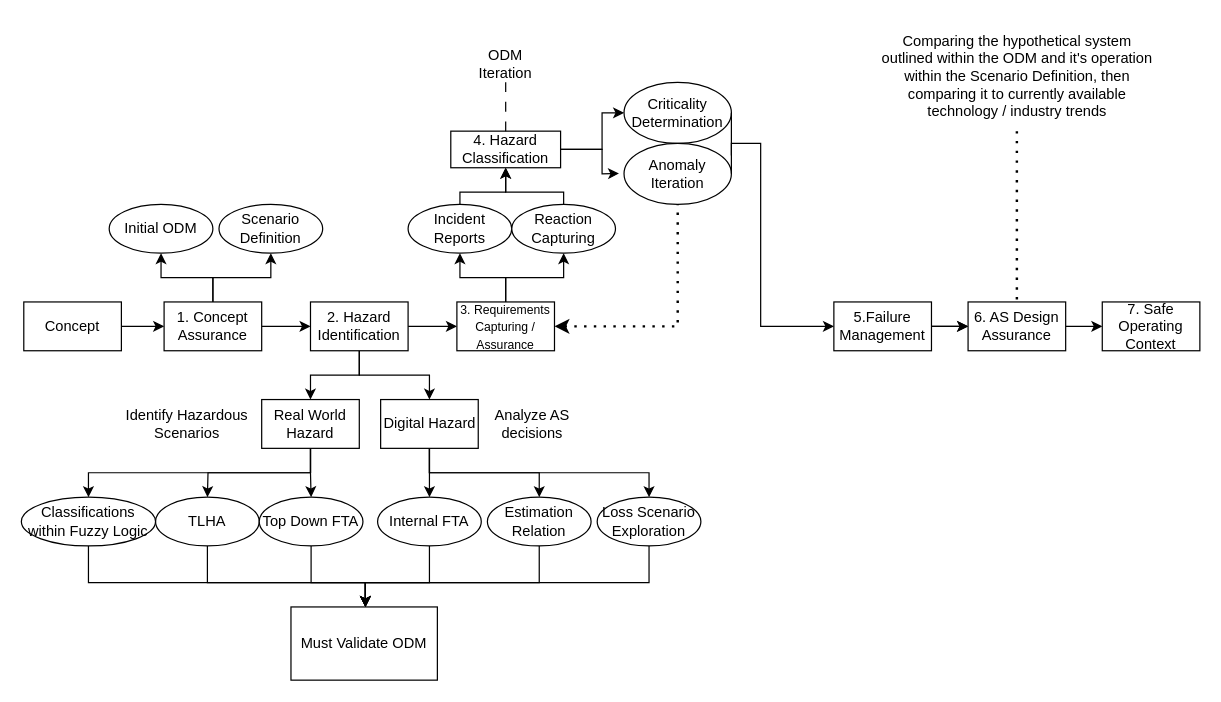
This is Overview/SACRED.drawio from TortoiseFather/SACRED, a draw.io file, before an edit. Source tidied: cells renumbered, new cells numbered last; positions are measured from the earlier drawing's top-left corner, leaving out a move shared by most shapes. Both pictures are drawn from the tidied source at 122%, with x=0, y=0 at pixel (21, 21).
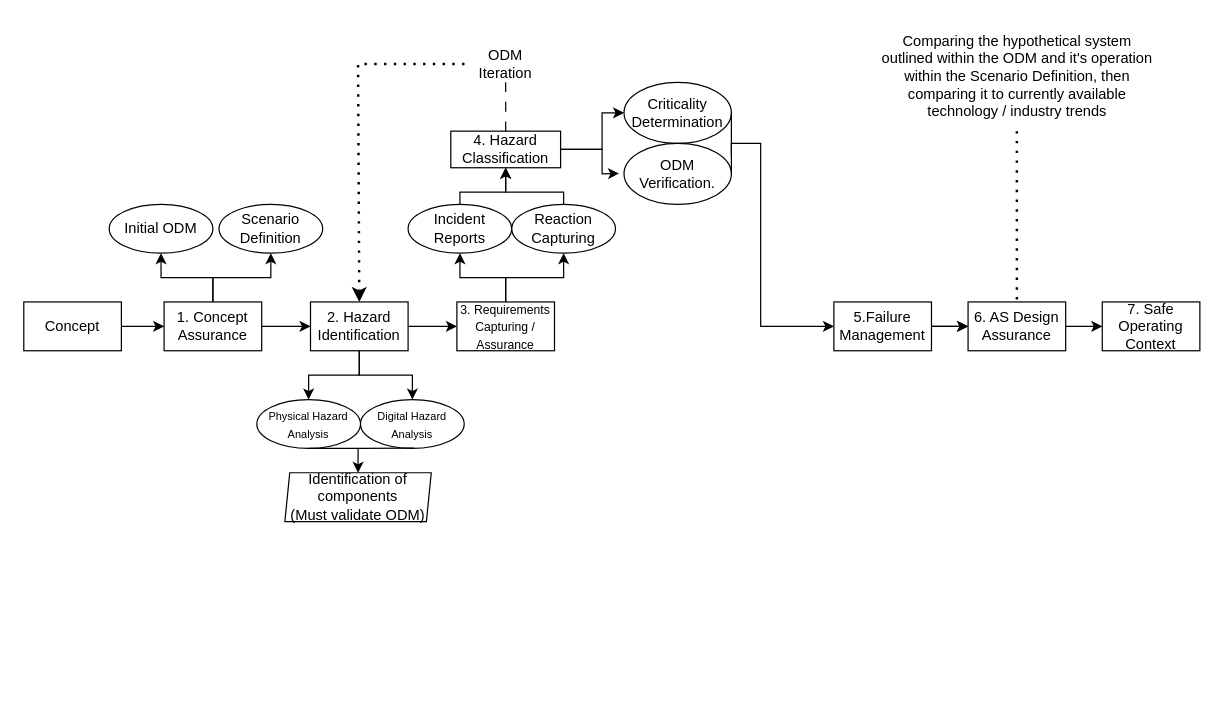
The same diagram, later.

Unchanged cells that the change refers to:
```xml
<mxCell id="11" value="2. Hazard Identification" style="rounded=0;whiteSpace=wrap;html=1;" parent="1" vertex="1">
  <mxGeometry x="237" y="230" width="80" height="40" as="geometry" />
</mxCell>
<mxCell id="22" value="&lt;font style=&quot;font-size: 10px;&quot;&gt;3. Requirements Capturing / Assurance&lt;/font&gt;" style="rounded=0;whiteSpace=wrap;html=1;" parent="1" vertex="1">
  <mxGeometry x="357" y="230" width="80" height="40" as="geometry" />
</mxCell>
<mxCell id="61" value="&lt;div&gt;ODM Iteration&lt;/div&gt;" style="text;html=1;strokeColor=none;fillColor=none;align=center;verticalAlign=middle;whiteSpace=wrap;rounded=0;" parent="1" vertex="1">
  <mxGeometry x="367" y="20" width="60" height="30" as="geometry" />
</mxCell>
```

What changed in the source:
```diff
@@
-    <mxCell id="9" style="edgeStyle=orthogonalEdgeStyle;rounded=0;jettySize=auto;html=1;" parent="1" edge="1" source="11" target="19">
+    <mxCell id="9" style="edgeStyle=orthogonalEdgeStyle;rounded=0;jettySize=auto;html=1;entryX=0.5;entryY=0;entryDx=0;entryDy=0;" parent="1" edge="1" source="11" target="64">
       <mxGeometry relative="1" as="geometry" />
     </mxCell>
-    <mxCell id="10" style="edgeStyle=orthogonalEdgeStyle;rounded=0;jettySize=auto;html=1;entryX=0.5;entryY=0;entryDx=0;entryDy=0;" parent="1" edge="1" source="11" target="15">
+    <mxCell id="10" style="edgeStyle=orthogonalEdgeStyle;rounded=0;jettySize=auto;html=1;entryX=0.5;entryY=0;entryDx=0;entryDy=0;" parent="1" edge="1" source="11" target="65">
       <mxGeometry relative="1" as="geometry" />
     </mxCell>
@@
-    <mxCell id="12" style="edgeStyle=orthogonalEdgeStyle;rounded=0;jettySize=auto;html=1;" parent="1" edge="1" source="15" target="31">
-      <mxGeometry relative="1" as="geometry">
-        <Array as="points">
-          <mxPoint x="237" y="370" />
-          <mxPoint x="153" y="370" />
-        </Array>
-      </mxGeometry>
-    </mxCell>
-    <mxCell id="13" style="edgeStyle=orthogonalEdgeStyle;rounded=0;jettySize=auto;html=1;" parent="1" edge="1" source="15" target="33">
-      <mxGeometry relative="1" as="geometry" />
-    </mxCell>
-    <mxCell id="14" style="edgeStyle=orthogonalEdgeStyle;rounded=0;jettySize=auto;html=1;entryX=0.5;entryY=0;entryDx=0;entryDy=0;" parent="1" edge="1" source="15" target="35">
-      <mxGeometry relative="1" as="geometry">
-        <Array as="points">
-          <mxPoint x="237" y="370" />
-          <mxPoint x="55" y="370" />
-        </Array>
-      </mxGeometry>
-    </mxCell>
-    <mxCell id="15" value="Real World Hazard" style="rounded=0;whiteSpace=wrap;html=1;" parent="1" vertex="1">
-      <mxGeometry x="197" y="310" width="80" height="40" as="geometry" />
-    </mxCell>
-    <mxCell id="16" style="edgeStyle=orthogonalEdgeStyle;rounded=0;jettySize=auto;html=1;" parent="1" edge="1" source="19" target="37">
-      <mxGeometry relative="1" as="geometry" />
-    </mxCell>
-    <mxCell id="17" style="edgeStyle=orthogonalEdgeStyle;rounded=0;jettySize=auto;html=1;entryX=0.5;entryY=0;entryDx=0;entryDy=0;" parent="1" edge="1" source="19" target="39">
-      <mxGeometry relative="1" as="geometry">
-        <Array as="points">
-          <mxPoint x="335" y="370" />
-          <mxPoint x="425" y="370" />
-        </Array>
-      </mxGeometry>
-    </mxCell>
-    <mxCell id="18" style="edgeStyle=orthogonalEdgeStyle;rounded=0;jettySize=auto;html=1;entryX=0.5;entryY=0;entryDx=0;entryDy=0;" parent="1" edge="1" source="19" target="41">
-      <mxGeometry relative="1" as="geometry">
-        <Array as="points">
-          <mxPoint x="335" y="370" />
-          <mxPoint x="515" y="370" />
-        </Array>
-      </mxGeometry>
-    </mxCell>
-    <mxCell id="19" value="Digital Hazard" style="rounded=0;whiteSpace=wrap;html=1;" parent="1" vertex="1">
-      <mxGeometry x="294.5" y="310" width="80" height="40" as="geometry" />
-    </mxCell>
@@
-    <mxCell id="30" style="edgeStyle=orthogonalEdgeStyle;rounded=0;jettySize=auto;html=1;" parent="1" edge="1" source="31" target="44">
-      <mxGeometry relative="1" as="geometry">
-        <Array as="points">
-          <mxPoint x="153" y="460" />
-          <mxPoint x="282" y="460" />
-        </Array>
-      </mxGeometry>
-    </mxCell>
-    <mxCell id="31" value="TLHA" style="ellipse;whiteSpace=wrap;html=1;" parent="1" vertex="1">
-      <mxGeometry x="110" y="390" width="85" height="40" as="geometry" />
-    </mxCell>
-    <mxCell id="32" style="edgeStyle=orthogonalEdgeStyle;rounded=0;jettySize=auto;html=1;" parent="1" edge="1" source="33" target="44">
-      <mxGeometry relative="1" as="geometry">
-        <Array as="points">
-          <mxPoint x="238" y="460" />
-          <mxPoint x="282" y="460" />
-        </Array>
-      </mxGeometry>
-    </mxCell>
-    <mxCell id="33" value="Top Down FTA" style="ellipse;whiteSpace=wrap;html=1;" parent="1" vertex="1">
-      <mxGeometry x="195" y="390" width="85" height="40" as="geometry" />
-    </mxCell>
-    <mxCell id="34" style="edgeStyle=orthogonalEdgeStyle;rounded=0;jettySize=auto;html=1;" parent="1" edge="1" source="35" target="44">
-      <mxGeometry relative="1" as="geometry">
-        <Array as="points">
-          <mxPoint x="55" y="460" />
-          <mxPoint x="282" y="460" />
-        </Array>
-      </mxGeometry>
-    </mxCell>
-    <mxCell id="35" value="Classifications within Fuzzy Logic" style="ellipse;whiteSpace=wrap;html=1;" parent="1" vertex="1">
-      <mxGeometry y="390" width="110" height="40" as="geometry" />
-    </mxCell>
-    <mxCell id="36" style="edgeStyle=orthogonalEdgeStyle;rounded=0;jettySize=auto;html=1;" parent="1" edge="1" source="37" target="44">
-      <mxGeometry relative="1" as="geometry">
-        <Array as="points">
-          <mxPoint x="335" y="460" />
-          <mxPoint x="282" y="460" />
-        </Array>
-      </mxGeometry>
-    </mxCell>
-    <mxCell id="37" value="Internal FTA" style="ellipse;whiteSpace=wrap;html=1;" parent="1" vertex="1">
-      <mxGeometry x="292" y="390" width="85" height="40" as="geometry" />
-    </mxCell>
-    <mxCell id="38" style="edgeStyle=orthogonalEdgeStyle;rounded=0;jettySize=auto;html=1;" parent="1" edge="1" source="39" target="44">
-      <mxGeometry relative="1" as="geometry">
-        <Array as="points">
-          <mxPoint x="425" y="460" />
-          <mxPoint x="282" y="460" />
-        </Array>
-      </mxGeometry>
-    </mxCell>
-    <mxCell id="39" value="Estimation Relation" style="ellipse;whiteSpace=wrap;html=1;" parent="1" vertex="1">
-      <mxGeometry x="382" y="390" width="85" height="40" as="geometry" />
-    </mxCell>
-    <mxCell id="40" style="edgeStyle=orthogonalEdgeStyle;rounded=0;jettySize=auto;html=1;" parent="1" edge="1" source="41" target="44">
-      <mxGeometry relative="1" as="geometry">
-        <Array as="points">
-          <mxPoint x="515" y="460" />
-          <mxPoint x="282" y="460" />
-        </Array>
-      </mxGeometry>
-    </mxCell>
-    <mxCell id="41" value="Loss Scenario Exploration" style="ellipse;whiteSpace=wrap;html=1;" parent="1" vertex="1">
-      <mxGeometry x="472" y="390" width="85" height="40" as="geometry" />
-    </mxCell>
-    <mxCell id="42" value="Analyze AS decisions" style="text;html=1;strokeColor=none;fillColor=none;align=center;verticalAlign=middle;whiteSpace=wrap;rounded=0;" parent="1" vertex="1">
-      <mxGeometry x="364.5" y="315" width="107.5" height="30" as="geometry" />
-    </mxCell>
-    <mxCell id="43" value="Identify Hazardous Scenarios " style="text;html=1;strokeColor=none;fillColor=none;align=center;verticalAlign=middle;whiteSpace=wrap;rounded=0;" parent="1" vertex="1">
-      <mxGeometry x="82" y="315" width="107.5" height="30" as="geometry" />
-    </mxCell>
-    <mxCell id="44" value="Must Validate ODM" style="whiteSpace=wrap;html=1;" parent="1" vertex="1">
-      <mxGeometry x="221" y="480" width="120" height="60" as="geometry" />
-    </mxCell>
@@
-    <mxCell id="54" value="Anomaly Iteration" style="ellipse;whiteSpace=wrap;html=1;" parent="1" vertex="1">
+    <mxCell id="54" value="ODM Verification." style="ellipse;whiteSpace=wrap;html=1;" parent="1" vertex="1">
       <mxGeometry x="494" y="100" width="88" height="50" as="geometry" />
     </mxCell>
-    <mxCell id="55" style="endArrow=none;dashed=1;html=1;dashPattern=1 3;strokeWidth=2;rounded=0;entryX=0.5;entryY=1;entryDx=0;entryDy=0;exitX=1;exitY=0.5;exitDx=0;exitDy=0;startArrow=classic;startFill=1;" parent="1" edge="1" source="22" target="54">
-      <mxGeometry relative="1" as="geometry">
-        <Array as="points">
-          <mxPoint x="538" y="250" />
-        </Array>
-      </mxGeometry>
-    </mxCell>
@@
+    <mxCell id="62" style="endArrow=none;dashed=1;html=1;dashPattern=1 3;strokeWidth=2;rounded=0;entryX=0;entryY=0.5;entryDx=0;entryDy=0;exitX=0.5;exitY=0;exitDx=0;exitDy=0;endFill=0;startArrow=classic;startFill=1;" parent="1" edge="1" source="11" target="61">
+      <mxGeometry relative="1" as="geometry">
+        <Array as="points">
+          <mxPoint x="276" y="35" />
+        </Array>
+      </mxGeometry>
+    </mxCell>
+    <mxCell id="63" value="&lt;div&gt;Identification of components&lt;/div&gt;&lt;div&gt;(Must validate ODM)&lt;br&gt;&lt;/div&gt;" style="shape=parallelogram;perimeter=parallelogramPerimeter;whiteSpace=wrap;html=1;fixedSize=1;size=4;" parent="1" vertex="1">
+      <mxGeometry x="216" y="370" width="120" height="40" as="geometry" />
+    </mxCell>
+    <mxCell id="64" value="&lt;font style=&quot;font-size: 9px;&quot;&gt;Digital Hazard Analysis&lt;/font&gt;" style="ellipse;whiteSpace=wrap;html=1;" parent="1" vertex="1">
+      <mxGeometry x="278" y="310" width="85" height="40" as="geometry" />
+    </mxCell>
+    <mxCell id="65" value="&lt;font style=&quot;font-size: 9px;&quot;&gt;Physical Hazard Analysis&lt;/font&gt;" style="ellipse;whiteSpace=wrap;html=1;" parent="1" vertex="1">
+      <mxGeometry x="193" y="310" width="85" height="40" as="geometry" />
+    </mxCell>
+    <mxCell id="66" style="endArrow=classic;html=1;rounded=0;exitX=0.516;exitY=0.995;exitDx=0;exitDy=0;exitPerimeter=0;entryX=0.5;entryY=0;entryDx=0;entryDy=0;" parent="1" edge="1" source="64" target="63">
+      <mxGeometry relative="1" as="geometry">
+        <Array as="points">
+          <mxPoint x="276" y="350" />
+        </Array>
+      </mxGeometry>
+    </mxCell>
+    <mxCell id="67" style="endArrow=none;html=1;rounded=0;exitX=0.5;exitY=1;exitDx=0;exitDy=0;endFill=0;" parent="1" edge="1" source="65">
+      <mxGeometry relative="1" as="geometry">
+        <mxPoint x="276" y="350" as="targetPoint" />
+      </mxGeometry>
+    </mxCell>
```
